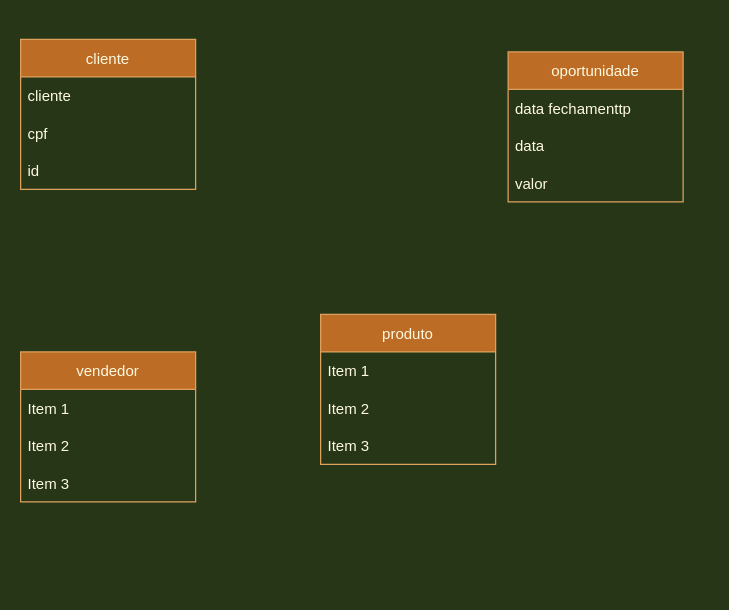
Before: receitas/Untitled Diagram.drawio in tyanesouza/livro-receitas, a draw.io diagram. Source tidied: cells renumbered, new cells numbered last; positions are measured from the earlier drawing's top-left corner, leaving out a move shared by most shapes. Both pictures are drawn from the tidied source at 125%, with x=0, y=0 at pixel (20, 39).
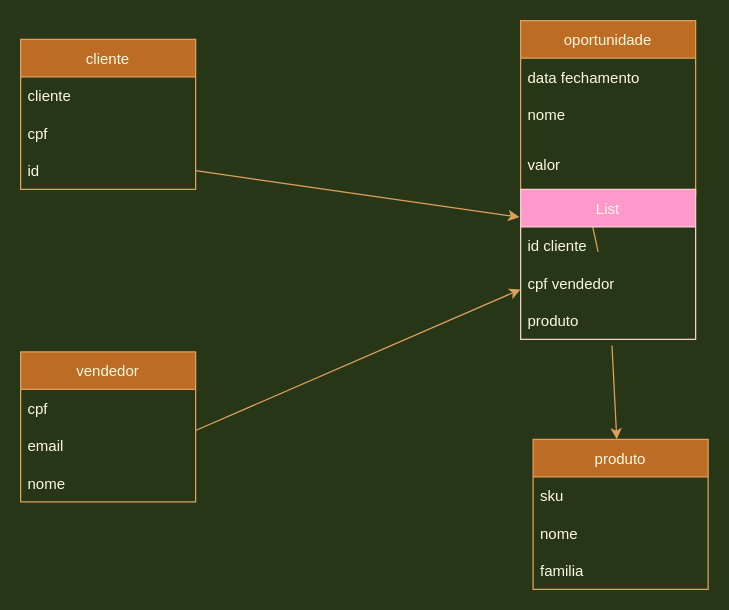
The same diagram, later.

The change refers to these unchanged cells:
```xml
<mxCell id="5" value="id" style="text;strokeColor=none;fillColor=none;align=left;verticalAlign=middle;spacingLeft=4;spacingRight=4;overflow=hidden;points=[[0,0.5],[1,0.5]];portConstraint=eastwest;rounded=0;sketch=0;fontColor=#FEFAE0;" parent="2" vertex="1">
  <mxGeometry y="90" width="140" height="30" as="geometry" />
</mxCell>
<mxCell id="6" value="vendedor" style="swimlane;fontStyle=0;horizontal=1;startSize=30;rounded=0;sketch=0;fontColor=#FEFAE0;strokeColor=#DDA15E;fillColor=#BC6C25;" parent="1" vertex="1">
  <mxGeometry y="250" width="140" height="120" as="geometry" />
</mxCell>
```

Change to the diagram source:
```diff
@@
-    <mxCell id="7" value="Item 1" style="text;strokeColor=none;fillColor=none;align=left;verticalAlign=middle;spacingLeft=4;spacingRight=4;overflow=hidden;rounded=0;sketch=0;fontColor=#FEFAE0;" parent="6" vertex="1">
+    <mxCell id="7" value="cpf" style="text;strokeColor=none;fillColor=none;align=left;verticalAlign=middle;spacingLeft=4;spacingRight=4;overflow=hidden;rounded=0;sketch=0;fontColor=#FEFAE0;" parent="6" vertex="1">
       <mxGeometry y="30" width="140" height="30" as="geometry" />
     </mxCell>
+    <mxCell id="9" value="email" style="text;strokeColor=none;fillColor=none;align=left;verticalAlign=middle;spacingLeft=4;spacingRight=4;overflow=hidden;points=[[0,0.5],[1,0.5]];portConstraint=eastwest;rounded=0;sketch=0;fontColor=#FEFAE0;" parent="6" vertex="1">
+      <mxGeometry y="60" width="140" height="30" as="geometry" />
+    </mxCell>
-    <mxCell id="8" value="Item 2" style="text;strokeColor=none;fillColor=none;align=left;verticalAlign=middle;spacingLeft=4;spacingRight=4;overflow=hidden;rounded=0;sketch=0;fontColor=#FEFAE0;" parent="6" vertex="1">
-      <mxGeometry y="60" width="140" height="30" as="geometry" />
+    <mxCell id="8" value="nome" style="text;strokeColor=none;fillColor=none;align=left;verticalAlign=middle;spacingLeft=4;spacingRight=4;overflow=hidden;rounded=0;sketch=0;fontColor=#FEFAE0;" parent="6" vertex="1">
+      <mxGeometry y="90" width="140" height="30" as="geometry" />
     </mxCell>
-    <mxCell id="9" value="Item 3" style="text;strokeColor=none;fillColor=none;align=left;verticalAlign=middle;spacingLeft=4;spacingRight=4;overflow=hidden;points=[[0,0.5],[1,0.5]];portConstraint=eastwest;rounded=0;sketch=0;fontColor=#FEFAE0;" parent="6" vertex="1">
-      <mxGeometry y="90" width="140" height="30" as="geometry" />
-    </mxCell>
-    <mxCell id="10" value="oportunidade" style="swimlane;fontStyle=0;horizontal=1;startSize=30;rounded=0;sketch=0;fontColor=#FEFAE0;strokeColor=#DDA15E;fillColor=#BC6C25;" parent="1" vertex="1">
-      <mxGeometry x="390" y="10" width="140" height="120" as="geometry" />
-    </mxCell>
-    <mxCell id="11" value="data fechamenttp" style="text;strokeColor=none;fillColor=none;align=left;verticalAlign=middle;spacingLeft=4;spacingRight=4;overflow=hidden;rounded=0;sketch=0;fontColor=#FEFAE0;" parent="10" vertex="1">
-      <mxGeometry y="30" width="140" height="30" as="geometry" />
-    </mxCell>
-    <mxCell id="12" value="data" style="text;strokeColor=none;fillColor=none;align=left;verticalAlign=middle;spacingLeft=4;spacingRight=4;overflow=hidden;rounded=0;sketch=0;fontColor=#FEFAE0;" parent="10" vertex="1">
-      <mxGeometry y="60" width="140" height="30" as="geometry" />
-    </mxCell>
-    <mxCell id="13" value="valor" style="text;strokeColor=none;fillColor=none;align=left;verticalAlign=middle;spacingLeft=4;spacingRight=4;overflow=hidden;rounded=0;sketch=0;fontColor=#FEFAE0;" parent="10" vertex="1">
-      <mxGeometry y="90" width="140" height="30" as="geometry" />
-    </mxCell>
     <mxCell id="14" value="produto" style="swimlane;fontStyle=0;horizontal=1;startSize=30;rounded=0;sketch=0;fontColor=#FEFAE0;strokeColor=#DDA15E;fillColor=#BC6C25;" parent="1" vertex="1">
-      <mxGeometry x="240" y="220" width="140" height="120" as="geometry" />
+      <mxGeometry x="410" y="320" width="140" height="120" as="geometry" />
     </mxCell>
-    <mxCell id="15" value="Item 1" style="text;strokeColor=none;fillColor=none;align=left;verticalAlign=middle;spacingLeft=4;spacingRight=4;overflow=hidden;rounded=0;sketch=0;fontColor=#FEFAE0;" parent="14" vertex="1">
+    <mxCell id="15" value="sku" style="text;strokeColor=none;fillColor=none;align=left;verticalAlign=middle;spacingLeft=4;spacingRight=4;overflow=hidden;rounded=0;sketch=0;fontColor=#FEFAE0;" parent="14" vertex="1">
       <mxGeometry y="30" width="140" height="30" as="geometry" />
     </mxCell>
-    <mxCell id="16" value="Item 2" style="text;strokeColor=none;fillColor=none;align=left;verticalAlign=middle;spacingLeft=4;spacingRight=4;overflow=hidden;rounded=0;sketch=0;fontColor=#FEFAE0;" parent="14" vertex="1">
+    <mxCell id="16" value="nome" style="text;strokeColor=none;fillColor=none;align=left;verticalAlign=middle;spacingLeft=4;spacingRight=4;overflow=hidden;rounded=0;sketch=0;fontColor=#FEFAE0;" parent="14" vertex="1">
       <mxGeometry y="60" width="140" height="30" as="geometry" />
     </mxCell>
-    <mxCell id="17" value="Item 3" style="text;strokeColor=none;fillColor=none;align=left;verticalAlign=middle;spacingLeft=4;spacingRight=4;overflow=hidden;rounded=0;sketch=0;fontColor=#FEFAE0;" parent="14" vertex="1">
+    <mxCell id="17" value="familia" style="text;strokeColor=none;fillColor=none;align=left;verticalAlign=middle;spacingLeft=4;spacingRight=4;overflow=hidden;rounded=0;sketch=0;fontColor=#FEFAE0;" parent="14" vertex="1">
       <mxGeometry y="90" width="140" height="30" as="geometry" />
     </mxCell>
+    <mxCell id="10" value="oportunidade" style="swimlane;fontStyle=0;horizontal=1;startSize=30;rounded=0;sketch=0;fontColor=#FEFAE0;strokeColor=#DDA15E;fillColor=#BC6C25;" parent="1" vertex="1">
+      <mxGeometry x="400" y="-15" width="140" height="140" as="geometry" />
+    </mxCell>
+    <mxCell id="18" value="data fechamento" style="text;strokeColor=none;fillColor=none;align=left;verticalAlign=middle;spacingLeft=4;spacingRight=4;overflow=hidden;rounded=0;sketch=0;fontColor=#FEFAE0;" parent="10" vertex="1">
+      <mxGeometry y="30" width="140" height="30" as="geometry" />
+    </mxCell>
+    <mxCell id="19" value="nome" style="text;strokeColor=none;fillColor=none;align=left;verticalAlign=middle;spacingLeft=4;spacingRight=4;overflow=hidden;rounded=0;sketch=0;fontColor=#FEFAE0;" parent="10" vertex="1">
+      <mxGeometry y="60" width="140" height="30" as="geometry" />
+    </mxCell>
+    <mxCell id="13" value="valor" style="text;strokeColor=none;fillColor=none;align=left;verticalAlign=middle;spacingLeft=4;spacingRight=4;overflow=hidden;rounded=0;sketch=0;fontColor=#FEFAE0;" parent="10" vertex="1">
+      <mxGeometry y="90" width="140" height="50" as="geometry" />
+    </mxCell>
+    <mxCell id="20" style="endArrow=classic;html=1;rounded=1;sketch=0;fontColor=#FEFAE0;strokeColor=#DDA15E;fillColor=#BC6C25;curved=0;startArrow=none;" parent="1" edge="1" target="14">
+      <mxGeometry relative="1" as="geometry">
+        <mxPoint x="473.1" y="245" as="sourcePoint" />
+      </mxGeometry>
+    </mxCell>
+    <mxCell id="21" style="endArrow=none;html=1;rounded=1;sketch=0;fontColor=#FEFAE0;strokeColor=#DDA15E;fillColor=#BC6C25;curved=0;entryX=0.371;entryY=-0.017;entryDx=0;entryDy=0;entryPerimeter=0;" parent="1" edge="1">
+      <mxGeometry relative="1" as="geometry">
+        <mxPoint x="462" y="170" as="sourcePoint" />
+        <mxPoint x="451.9" y="123" as="targetPoint" />
+      </mxGeometry>
+    </mxCell>
+    <mxCell id="22" style="endArrow=classic;html=1;rounded=1;sketch=0;fontColor=#FEFAE0;strokeColor=#DDA15E;fillColor=#BC6C25;curved=0;exitX=1;exitY=0.097;exitDx=0;exitDy=0;exitPerimeter=0;entryX=0;entryY=0.5;entryDx=0;entryDy=0;" parent="1" edge="1" source="9">
+      <mxGeometry relative="1" as="geometry">
+        <mxPoint x="400" y="200" as="targetPoint" />
+      </mxGeometry>
+    </mxCell>
+    <mxCell id="23" value="List" style="swimlane;fontStyle=0;horizontal=1;startSize=30;rounded=0;sketch=0;fontColor=#FEFAE0;strokeColor=#F8CECC;fillColor=#FF99CC;" parent="1" vertex="1">
+      <mxGeometry x="400" y="120" width="140" height="120" as="geometry" />
+    </mxCell>
+    <mxCell id="24" value="id cliente" style="text;strokeColor=none;fillColor=none;align=left;verticalAlign=middle;spacingLeft=4;spacingRight=4;overflow=hidden;rounded=0;sketch=0;fontColor=#FEFAE0;" parent="23" vertex="1">
+      <mxGeometry y="30" width="140" height="30" as="geometry" />
+    </mxCell>
+    <mxCell id="25" value="cpf vendedor" style="text;strokeColor=none;fillColor=none;align=left;verticalAlign=middle;spacingLeft=4;spacingRight=4;overflow=hidden;rounded=0;sketch=0;fontColor=#FEFAE0;" parent="23" vertex="1">
+      <mxGeometry y="60" width="140" height="30" as="geometry" />
+    </mxCell>
+    <mxCell id="26" value="produto" style="text;strokeColor=none;fillColor=none;align=left;verticalAlign=middle;spacingLeft=4;spacingRight=4;overflow=hidden;rounded=0;sketch=0;fontColor=#FEFAE0;" parent="23" vertex="1">
+      <mxGeometry y="90" width="140" height="30" as="geometry" />
+    </mxCell>
+    <mxCell id="27" style="endArrow=classic;html=1;rounded=1;sketch=0;fontColor=#FEFAE0;strokeColor=#DDA15E;fillColor=#BC6C25;curved=0;entryX=-0.007;entryY=0.185;entryDx=0;entryDy=0;entryPerimeter=0;exitX=1;exitY=0.5;exitDx=0;exitDy=0;" parent="1" edge="1" source="5" target="23">
+      <mxGeometry relative="1" as="geometry" />
+    </mxCell>
```
